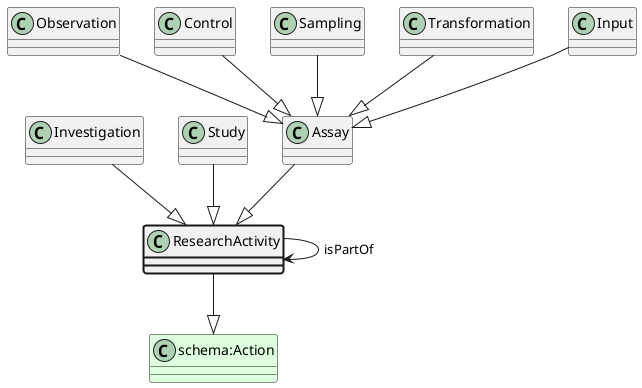
Above: ttl_uml/ttl_appn_ResearchActivity.png in aus-plant-phenomics-network/appn-schema (PlantUML), before the change.
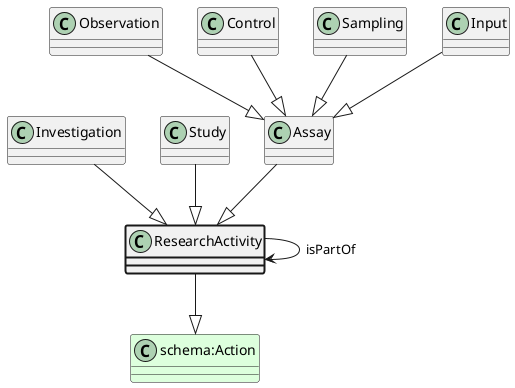
The same file after the commit.

Change to the diagram source:
```diff
@@ -14,8 +14,6 @@
 Control --|> Assay
 class Sampling
 Sampling --|> Assay
-class Transformation
-Transformation --|> Assay
 class Input
 Input --|> Assay
 Assay --|> ResearchActivity
```
